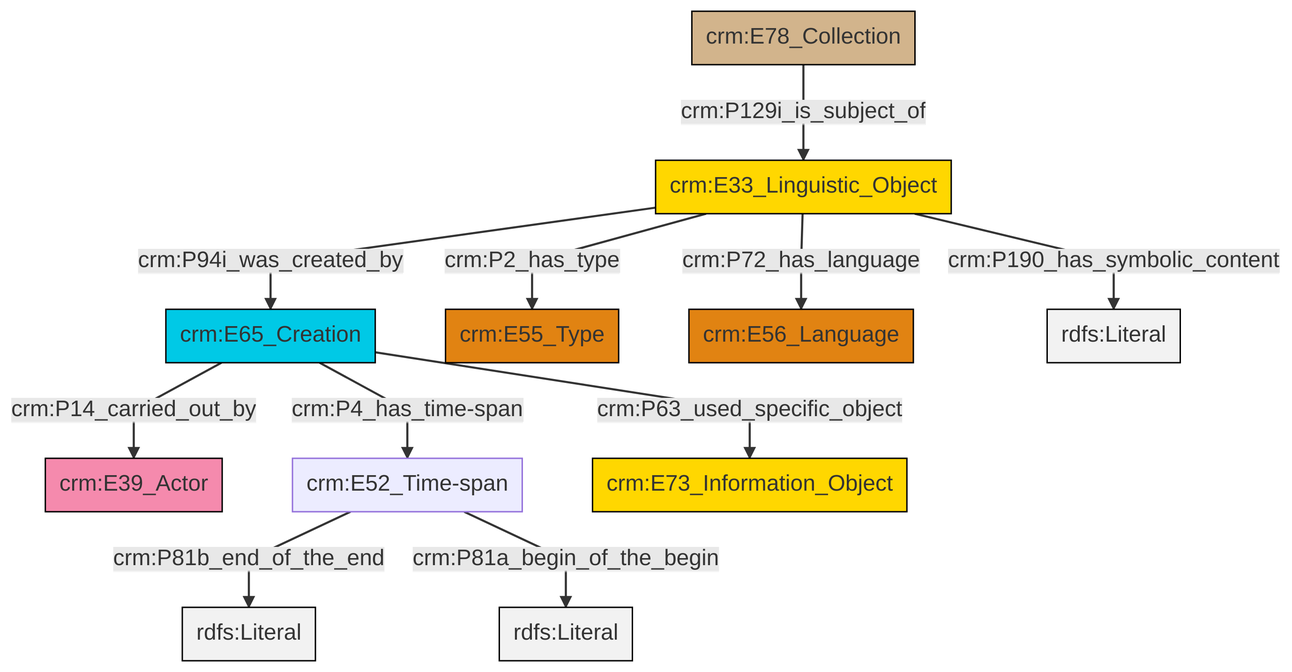
Earlier version of the Mermaid export et/archivalCSV/ttl/mmd/png/archival_desc.png (swiss-art-research-net/docs.swissartresearch). Its source is kept beside it as et/archivalCSV/ttl/mmd/archival_desc.ttl.mmd.
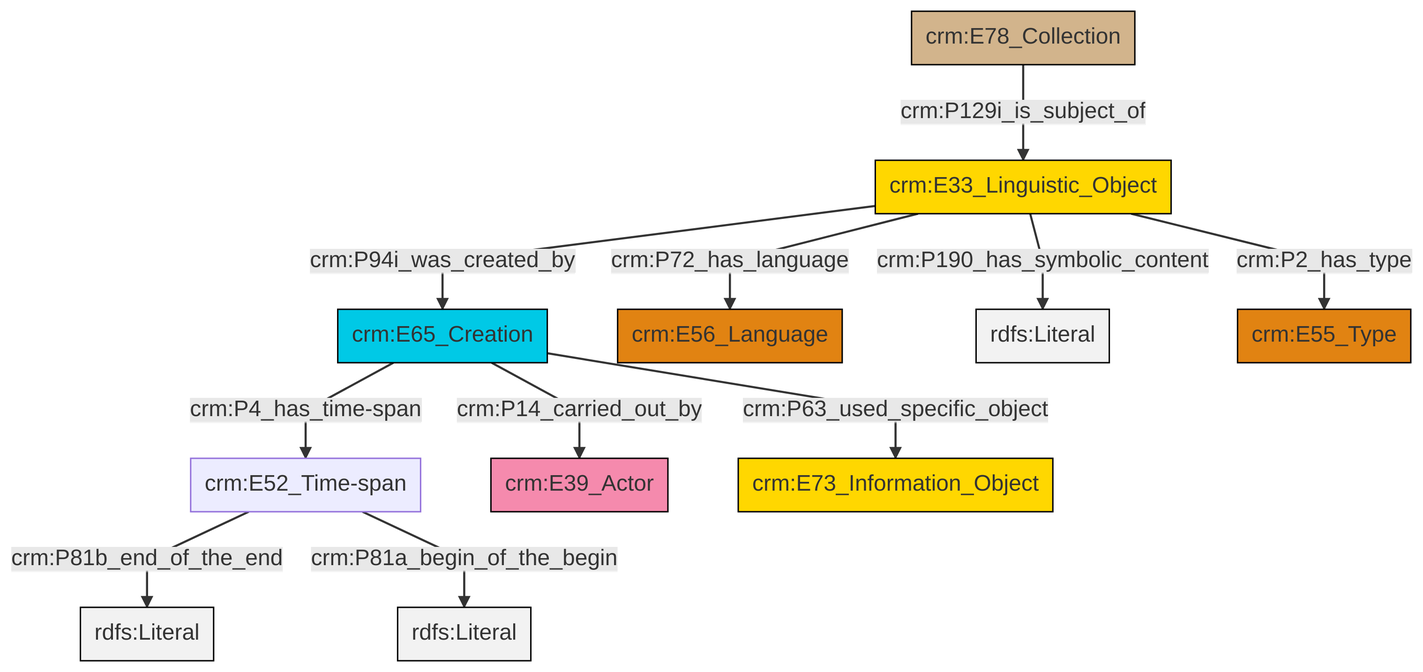
Above is the later version.

What changed in the source:
```diff
@@ -13,13 +13,13 @@
 classDef PC_Classes fill:#4ce600, stroke:#000000;
 classDef Multi fill:#cccccc,stroke:#000000;
 
-0["crm:E78_Collection"]:::Physical_Thing -->|crm:P129i_is_subject_of| 1["crm:E33_Linguistic_Object"]:::Conceptual_Object
-3["crm:E65_Creation"]:::Temporal_Entity -->|crm:P14_carried_out_by| 4["crm:E39_Actor"]:::Actor
-5["crm:E52_Time-span"]:::Default -->|crm:P81b_end_of_the_end| 6[rdfs:Literal]:::Literal
-1["crm:E33_Linguistic_Object"]:::Conceptual_Object -->|crm:P94i_was_created_by| 3["crm:E65_Creation"]:::Temporal_Entity
-3["crm:E65_Creation"]:::Temporal_Entity -->|crm:P4_has_time-span| 5["crm:E52_Time-span"]:::Default
-1["crm:E33_Linguistic_Object"]:::Conceptual_Object -->|crm:P72_has_language| 9["crm:E56_Language"]:::Type
-1["crm:E33_Linguistic_Object"]:::Conceptual_Object -->|crm:P190_has_symbolic_content| 13[rdfs:Literal]:::Literal
-5["crm:E52_Time-span"]:::Default -->|crm:P81a_begin_of_the_begin| 15[rdfs:Literal]:::Literal
-1["crm:E33_Linguistic_Object"]:::Conceptual_Object -->|crm:P2_has_type| 7["crm:E55_Type"]:::Type
-3["crm:E65_Creation"]:::Temporal_Entity -->|crm:P63_used_specific_object| 10["crm:E73_Information_Object"]:::Conceptual_Object
+2["crm:E78_Collection"]:::Physical_Thing -->|crm:P129i_is_subject_of| 4["crm:E33_Linguistic_Object"]:::Conceptual_Object
+0["crm:E52_Time-span"]:::Default -->|crm:P81b_end_of_the_end| 7[rdfs:Literal]:::Literal
+4["crm:E33_Linguistic_Object"]:::Conceptual_Object -->|crm:P190_has_symbolic_content| 10[rdfs:Literal]:::Literal
+5["crm:E65_Creation"]:::Temporal_Entity -->|crm:P14_carried_out_by| 11["crm:E39_Actor"]:::Actor
+4["crm:E33_Linguistic_Object"]:::Conceptual_Object -->|crm:P94i_was_created_by| 5["crm:E65_Creation"]:::Temporal_Entity
+5["crm:E65_Creation"]:::Temporal_Entity -->|crm:P4_has_time-span| 0["crm:E52_Time-span"]:::Default
+5["crm:E65_Creation"]:::Temporal_Entity -->|crm:P63_used_specific_object| 14["crm:E73_Information_Object"]:::Conceptual_Object
+4["crm:E33_Linguistic_Object"]:::Conceptual_Object -->|crm:P2_has_type| 12["crm:E55_Type"]:::Type
+0["crm:E52_Time-span"]:::Default -->|crm:P81a_begin_of_the_begin| 17[rdfs:Literal]:::Literal
+4["crm:E33_Linguistic_Object"]:::Conceptual_Object -->|crm:P72_has_language| 8["crm:E56_Language"]:::Type
```
